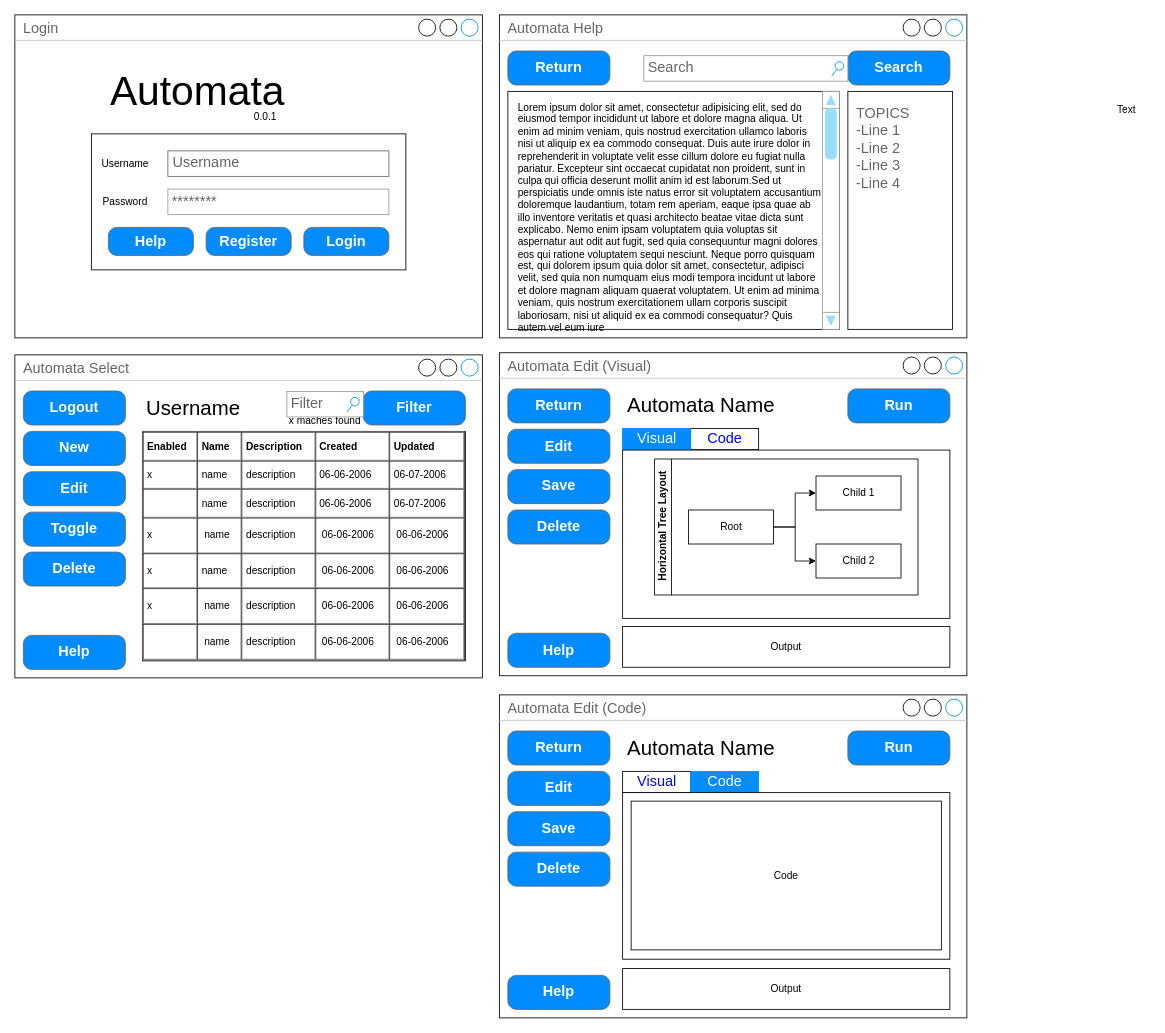
The draw.io diagram AutomataDB/AutomataScreens.drawio in scott246/automata, before the edit. Source tidied: cells renumbered, new cells numbered last; positions are measured from the earlier drawing's top-left corner, leaving out a move shared by most shapes. Both pictures are drawn from the tidied source at 85%, with x=0, y=0 at pixel (14, 14).
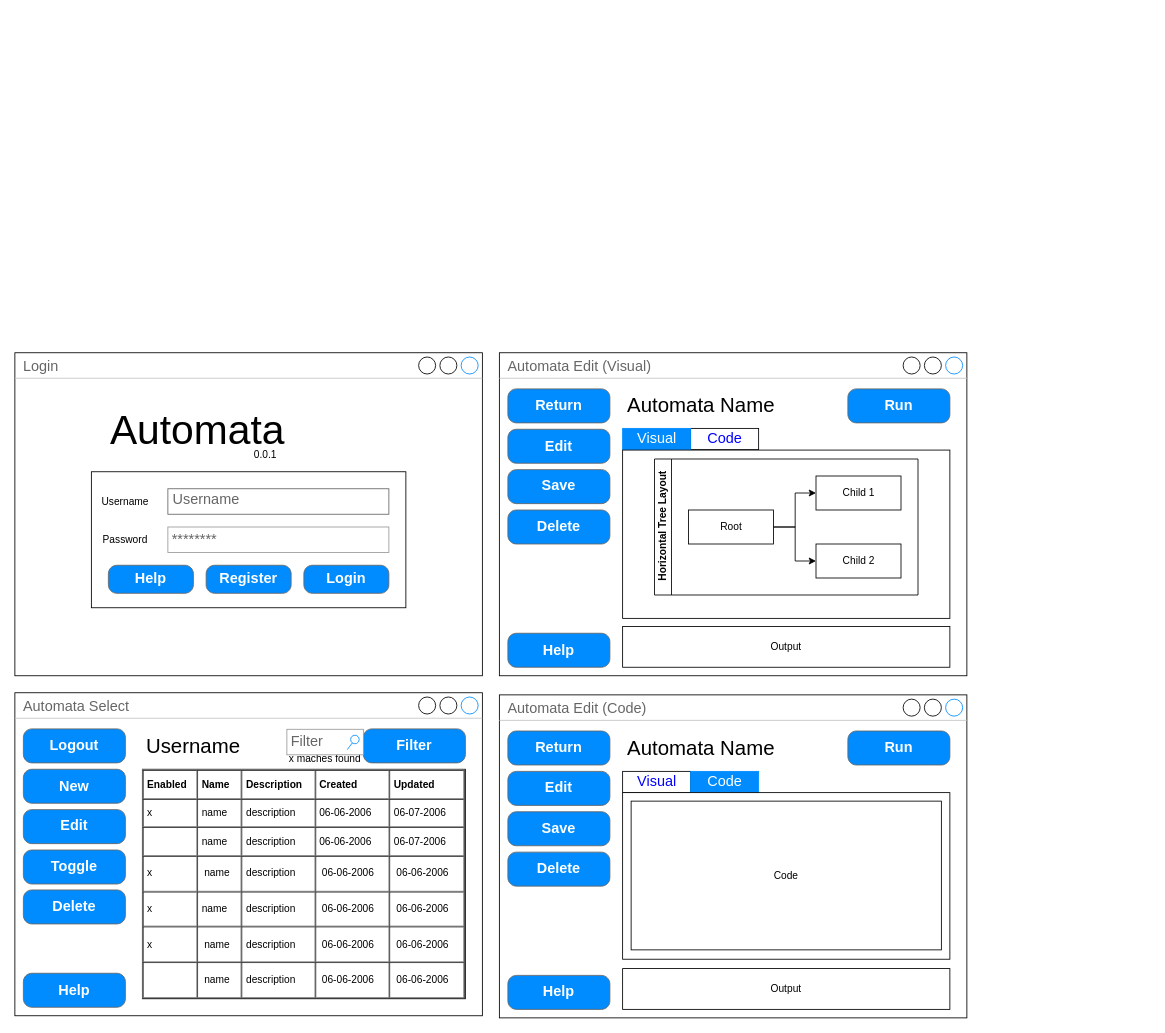
Above is the later version.

The edit, as a diff of the source:
```diff
@@
     <mxCell id="2" value="Login&lt;br&gt;" style="strokeWidth=1;shadow=0;dashed=0;align=center;html=1;shape=mxgraph.mockup.containers.window;align=left;verticalAlign=top;spacingLeft=8;strokeColor2=#008cff;strokeColor3=#c4c4c4;fontColor=#666666;fillColor=#ffffff;mainText=;fontSize=17;labelBackgroundColor=none;" parent="1" vertex="1">
-      <mxGeometry width="550" height="380" as="geometry" />
+      <mxGeometry y="397.5" width="550" height="380" as="geometry" />
     </mxCell>
     <mxCell id="3" style="rounded=0;whiteSpace=wrap;html=1;" parent="1" vertex="1">
-      <mxGeometry x="90" y="140" width="370" height="160" as="geometry" />
+      <mxGeometry x="90" y="537.5" width="370" height="160" as="geometry" />
     </mxCell>
     <mxCell id="4" value="Username" style="strokeWidth=1;shadow=0;dashed=0;align=center;html=1;shape=mxgraph.mockup.text.textBox;fillColor=#ffffff;fontColor=#666666;align=left;fontSize=17;spacingLeft=4;spacingTop=-3;strokeColor=#666666;mainText=;" parent="1" vertex="1">
-      <mxGeometry x="180" y="160" width="260" height="30" as="geometry" />
+      <mxGeometry x="180" y="557.5" width="260" height="30" as="geometry" />
     </mxCell>
     <mxCell id="5" value="Login" style="strokeWidth=1;shadow=0;dashed=0;align=center;html=1;shape=mxgraph.mockup.buttons.button;strokeColor=#666666;fontColor=#ffffff;mainText=;buttonStyle=round;fontSize=17;fontStyle=1;fillColor=#008cff;whiteSpace=wrap;" parent="1" vertex="1">
-      <mxGeometry x="340" y="250" width="100" height="33" as="geometry" />
+      <mxGeometry x="340" y="647.5" width="100" height="33" as="geometry" />
     </mxCell>
     <mxCell id="6" value="Register" style="strokeWidth=1;shadow=0;dashed=0;align=center;html=1;shape=mxgraph.mockup.buttons.button;strokeColor=#666666;fontColor=#ffffff;mainText=;buttonStyle=round;fontSize=17;fontStyle=1;fillColor=#008cff;whiteSpace=wrap;" parent="1" vertex="1">
-      <mxGeometry x="225" y="250" width="100" height="33" as="geometry" />
+      <mxGeometry x="225" y="647.5" width="100" height="33" as="geometry" />
     </mxCell>
     <mxCell id="7" value="Help" style="strokeWidth=1;shadow=0;dashed=0;align=center;html=1;shape=mxgraph.mockup.buttons.button;strokeColor=#666666;fontColor=#ffffff;mainText=;buttonStyle=round;fontSize=17;fontStyle=1;fillColor=#008cff;whiteSpace=wrap;" parent="1" vertex="1">
-      <mxGeometry x="110" y="250" width="100" height="33" as="geometry" />
+      <mxGeometry x="110" y="647.5" width="100" height="33" as="geometry" />
     </mxCell>
     <mxCell id="8" value="0.0.1" style="text;html=1;strokeColor=none;fillColor=none;align=center;verticalAlign=middle;whiteSpace=wrap;rounded=0;" parent="1" vertex="1">
-      <mxGeometry x="275" y="110" width="40" height="20" as="geometry" />
+      <mxGeometry x="275" y="507.5" width="40" height="20" as="geometry" />
     </mxCell>
     <mxCell id="9" value="Password" style="text;html=1;strokeColor=none;fillColor=none;align=center;verticalAlign=middle;whiteSpace=wrap;rounded=0;" parent="1" vertex="1">
-      <mxGeometry x="110" y="210" width="40" height="20" as="geometry" />
+      <mxGeometry x="110" y="607.5" width="40" height="20" as="geometry" />
     </mxCell>
     <mxCell id="10" value="********" style="strokeWidth=1;shadow=0;dashed=0;align=center;html=1;shape=mxgraph.mockup.forms.pwField;strokeColor=#999999;mainText=;align=left;fillColor=#ffffff;fontColor=#666666;fontSize=17;spacingLeft=3;" parent="1" vertex="1">
-      <mxGeometry x="180" y="205" width="260" height="30" as="geometry" />
+      <mxGeometry x="180" y="602.5" width="260" height="30" as="geometry" />
     </mxCell>
     <mxCell id="11" value="Automata" style="text;html=1;strokeColor=none;fillColor=none;align=center;verticalAlign=middle;whiteSpace=wrap;rounded=0;fontSize=48;" parent="1" vertex="1">
-      <mxGeometry x="90" y="60" width="250" height="60" as="geometry" />
+      <mxGeometry x="90" y="457.5" width="250" height="60" as="geometry" />
     </mxCell>
     <mxCell id="12" value="Username" style="text;html=1;strokeColor=none;fillColor=none;align=center;verticalAlign=middle;whiteSpace=wrap;rounded=0;" parent="1" vertex="1">
-      <mxGeometry x="110" y="165" width="40" height="20" as="geometry" />
+      <mxGeometry x="110" y="562.5" width="40" height="20" as="geometry" />
     </mxCell>
     <mxCell id="13" value="Automata Select&lt;br&gt;" style="strokeWidth=1;shadow=0;dashed=0;align=center;html=1;shape=mxgraph.mockup.containers.window;align=left;verticalAlign=top;spacingLeft=8;strokeColor2=#008cff;strokeColor3=#c4c4c4;fontColor=#666666;fillColor=#ffffff;mainText=;fontSize=17;labelBackgroundColor=none;" parent="1" vertex="1">
-      <mxGeometry y="400" width="550" height="380" as="geometry" />
+      <mxGeometry y="797.5" width="550" height="380" as="geometry" />
     </mxCell>
     <mxCell id="14" value="Filter&lt;br&gt;" style="strokeWidth=1;shadow=0;dashed=0;align=center;html=1;shape=mxgraph.mockup.buttons.button;strokeColor=#666666;fontColor=#ffffff;mainText=;buttonStyle=round;fontSize=17;fontStyle=1;fillColor=#008cff;whiteSpace=wrap;" parent="1" vertex="1">
-      <mxGeometry x="410" y="442.5" width="120" height="40" as="geometry" />
+      <mxGeometry x="410" y="840" width="120" height="40" as="geometry" />
     </mxCell>
     <mxCell id="15" value="Help&lt;br&gt;" style="strokeWidth=1;shadow=0;dashed=0;align=center;html=1;shape=mxgraph.mockup.buttons.button;strokeColor=#666666;fontColor=#ffffff;mainText=;buttonStyle=round;fontSize=17;fontStyle=1;fillColor=#008cff;whiteSpace=wrap;" parent="1" vertex="1">
-      <mxGeometry x="10" y="730" width="120" height="40" as="geometry" />
+      <mxGeometry x="10" y="1127.5" width="120" height="40" as="geometry" />
     </mxCell>
     <mxCell id="16" value="&lt;table cellpadding=&quot;4&quot; cellspacing=&quot;0&quot; border=&quot;1&quot; style=&quot;font-size: 1em ; width: 100% ; height: 100%&quot;&gt;&lt;tbody&gt;&lt;tr&gt;&lt;th&gt;Enabled&lt;/th&gt;&lt;th&gt;Name&lt;/th&gt;&lt;td&gt;&lt;b&gt;Description&lt;/b&gt;&lt;/td&gt;&lt;td&gt;&lt;b&gt;Created&lt;/b&gt;&lt;/td&gt;&lt;td&gt;&lt;b&gt;Updated&lt;/b&gt;&lt;/td&gt;&lt;/tr&gt;&lt;tr&gt;&lt;td&gt;x&lt;/td&gt;&lt;td&gt;name&lt;/td&gt;&lt;td&gt;description&lt;/td&gt;&lt;td&gt;06-06-2006&lt;/td&gt;&lt;td&gt;06-07-2006&lt;/td&gt;&lt;/tr&gt;&lt;tr&gt;&lt;td&gt;&lt;br&gt;&lt;/td&gt;&lt;td&gt;name&lt;/td&gt;&lt;td&gt;description&lt;/td&gt;&lt;td&gt;06-06-2006&lt;/td&gt;&lt;td&gt;06-07-2006&lt;/td&gt;&lt;/tr&gt;&lt;tr&gt;&lt;td&gt;x&lt;/td&gt;&lt;td&gt;&lt;table&gt;&lt;tbody&gt;&lt;tr&gt;&lt;td&gt;name&lt;/td&gt;&lt;/tr&gt;&lt;/tbody&gt;&lt;/table&gt;&lt;/td&gt;&lt;td&gt;description&lt;/td&gt;&lt;td&gt;&lt;table&gt;&lt;tbody&gt;&lt;tr&gt;&lt;td&gt;06-06-2006&lt;br&gt;&lt;/td&gt;&lt;/tr&gt;&lt;/tbody&gt;&lt;/table&gt;&lt;/td&gt;&lt;td&gt;&lt;table&gt;&lt;tbody&gt;&lt;tr&gt;&lt;td&gt;06-06-2006&lt;br&gt;&lt;/td&gt;&lt;/tr&gt;&lt;/tbody&gt;&lt;/table&gt;&lt;/td&gt;&lt;/tr&gt;&lt;tr&gt;&lt;td&gt;x&lt;/td&gt;&lt;td&gt;name&lt;/td&gt;&lt;td&gt;description&lt;/td&gt;&lt;td&gt;&lt;table&gt;&lt;tbody&gt;&lt;tr&gt;&lt;td&gt;06-06-2006&lt;br&gt;&lt;/td&gt;&lt;/tr&gt;&lt;/tbody&gt;&lt;/table&gt;&lt;/td&gt;&lt;td&gt;&lt;table&gt;&lt;tbody&gt;&lt;tr&gt;&lt;td&gt;06-06-2006&lt;br&gt;&lt;/td&gt;&lt;/tr&gt;&lt;/tbody&gt;&lt;/table&gt;&lt;/td&gt;&lt;/tr&gt;&lt;tr&gt;&lt;td&gt;x&lt;/td&gt;&lt;td&gt;&lt;table&gt;&lt;tbody&gt;&lt;tr&gt;&lt;td&gt;name&lt;/td&gt;&lt;/tr&gt;&lt;/tbody&gt;&lt;/table&gt;&lt;/td&gt;&lt;td&gt;description&lt;br&gt;&lt;/td&gt;&lt;td&gt;&lt;table&gt;&lt;tbody&gt;&lt;tr&gt;&lt;td&gt;06-06-2006&lt;br&gt;&lt;/td&gt;&lt;/tr&gt;&lt;/tbody&gt;&lt;/table&gt;&lt;/td&gt;&lt;td&gt;&lt;table&gt;&lt;tbody&gt;&lt;tr&gt;&lt;td&gt;06-06-2006&lt;br&gt;&lt;/td&gt;&lt;/tr&gt;&lt;/tbody&gt;&lt;/table&gt;&lt;/td&gt;&lt;/tr&gt;&lt;tr&gt;&lt;td&gt;&lt;br&gt;&lt;/td&gt;&lt;td&gt;&lt;table&gt;&lt;tbody&gt;&lt;tr&gt;&lt;td&gt;name&lt;/td&gt;&lt;/tr&gt;&lt;/tbody&gt;&lt;/table&gt;&lt;/td&gt;&lt;td&gt;description&lt;br&gt;&lt;/td&gt;&lt;td&gt;&lt;table&gt;&lt;tbody&gt;&lt;tr&gt;&lt;td&gt;06-06-2006&lt;br&gt;&lt;/td&gt;&lt;/tr&gt;&lt;/tbody&gt;&lt;/table&gt;&lt;/td&gt;&lt;td&gt;&lt;table&gt;&lt;tbody&gt;&lt;tr&gt;&lt;td&gt;06-06-2006&lt;br&gt;&lt;/td&gt;&lt;/tr&gt;&lt;/tbody&gt;&lt;/table&gt;&lt;/td&gt;&lt;/tr&gt;&lt;/tbody&gt;&lt;/table&gt; " style="verticalAlign=top;align=left;overflow=fill;fillColor=#ffffff;fontSize=12;fontFamily=Helvetica;html=1;shadow=0;labelBackgroundColor=none;" parent="1" vertex="1">
-      <mxGeometry x="150" y="490" width="380" height="270" as="geometry" />
+      <mxGeometry x="150" y="887.5" width="380" height="270" as="geometry" />
     </mxCell>
     <mxCell id="17" value="New&lt;br&gt;" style="strokeWidth=1;shadow=0;dashed=0;align=center;html=1;shape=mxgraph.mockup.buttons.button;strokeColor=#666666;fontColor=#ffffff;mainText=;buttonStyle=round;fontSize=17;fontStyle=1;fillColor=#008cff;whiteSpace=wrap;" parent="1" vertex="1">
-      <mxGeometry x="10" y="490" width="120" height="40" as="geometry" />
+      <mxGeometry x="10" y="887.5" width="120" height="40" as="geometry" />
     </mxCell>
     <mxCell id="18" value="Edit&lt;br&gt;" style="strokeWidth=1;shadow=0;dashed=0;align=center;html=1;shape=mxgraph.mockup.buttons.button;strokeColor=#666666;fontColor=#ffffff;mainText=;buttonStyle=round;fontSize=17;fontStyle=1;fillColor=#008cff;whiteSpace=wrap;" parent="1" vertex="1">
-      <mxGeometry x="10" y="537.5" width="120" height="40" as="geometry" />
+      <mxGeometry x="10" y="935" width="120" height="40" as="geometry" />
     </mxCell>
     <mxCell id="19" value="Toggle&lt;br&gt;" style="strokeWidth=1;shadow=0;dashed=0;align=center;html=1;shape=mxgraph.mockup.buttons.button;strokeColor=#666666;fontColor=#ffffff;mainText=;buttonStyle=round;fontSize=17;fontStyle=1;fillColor=#008cff;whiteSpace=wrap;" parent="1" vertex="1">
-      <mxGeometry x="10" y="585" width="120" height="40" as="geometry" />
+      <mxGeometry x="10" y="982.5" width="120" height="40" as="geometry" />
     </mxCell>
     <mxCell id="20" value="Delete&lt;br&gt;" style="strokeWidth=1;shadow=0;dashed=0;align=center;html=1;shape=mxgraph.mockup.buttons.button;strokeColor=#666666;fontColor=#ffffff;mainText=;buttonStyle=round;fontSize=17;fontStyle=1;fillColor=#008cff;whiteSpace=wrap;" parent="1" vertex="1">
-      <mxGeometry x="10" y="632" width="120" height="40" as="geometry" />
+      <mxGeometry x="10" y="1029.5" width="120" height="40" as="geometry" />
     </mxCell>
@@
     <mxCell id="29" value="Username" style="text;html=1;strokeColor=none;fillColor=none;align=center;verticalAlign=middle;whiteSpace=wrap;rounded=0;fontSize=24;" parent="1" vertex="1">
-      <mxGeometry x="150" y="443" width="120" height="40" as="geometry" />
+      <mxGeometry x="150" y="840.5" width="120" height="40" as="geometry" />
     </mxCell>
     <mxCell id="30" value="Logout&lt;br&gt;" style="strokeWidth=1;shadow=0;dashed=0;align=center;html=1;shape=mxgraph.mockup.buttons.button;strokeColor=#666666;fontColor=#ffffff;mainText=;buttonStyle=round;fontSize=17;fontStyle=1;fillColor=#008cff;whiteSpace=wrap;" parent="1" vertex="1">
-      <mxGeometry x="10" y="442.5" width="120" height="40" as="geometry" />
+      <mxGeometry x="10" y="840" width="120" height="40" as="geometry" />
     </mxCell>
     <mxCell id="31" value="x maches found" style="text;html=1;strokeColor=none;fillColor=none;align=center;verticalAlign=middle;whiteSpace=wrap;rounded=0;" parent="1" vertex="1">
-      <mxGeometry x="320" y="468" width="90" height="20" as="geometry" />
+      <mxGeometry x="320" y="865.5" width="90" height="20" as="geometry" />
     </mxCell>
@@
     <mxCell id="34" value="Filter" style="strokeWidth=1;shadow=0;dashed=0;align=center;html=1;shape=mxgraph.mockup.forms.searchBox;strokeColor=#999999;mainText=;fillColor=#ffffff;strokeColor2=#008cff;fontColor=#666666;fontSize=17;align=left;spacingLeft=3;labelBackgroundColor=none;" parent="1" vertex="1">
-      <mxGeometry x="320" y="443" width="90" height="30" as="geometry" />
+      <mxGeometry x="320" y="840.5" width="90" height="30" as="geometry" />
     </mxCell>
@@
-    <mxCell id="56" value="Automata Help&lt;br&gt;" style="strokeWidth=1;shadow=0;dashed=0;align=center;html=1;shape=mxgraph.mockup.containers.window;align=left;verticalAlign=top;spacingLeft=8;strokeColor2=#008cff;strokeColor3=#c4c4c4;fontColor=#666666;fillColor=#ffffff;mainText=;fontSize=17;labelBackgroundColor=none;" parent="1" vertex="1">
-      <mxGeometry x="570" width="550" height="380" as="geometry" />
-    </mxCell>
-    <mxCell id="57" value="Search&lt;br&gt;" style="strokeWidth=1;shadow=0;dashed=0;align=center;html=1;shape=mxgraph.mockup.buttons.button;strokeColor=#666666;fontColor=#ffffff;mainText=;buttonStyle=round;fontSize=17;fontStyle=1;fillColor=#008cff;whiteSpace=wrap;" parent="1" vertex="1">
-      <mxGeometry x="980" y="42.5" width="120" height="40" as="geometry" />
-    </mxCell>
-    <mxCell id="58" value="Return&lt;br&gt;" style="strokeWidth=1;shadow=0;dashed=0;align=center;html=1;shape=mxgraph.mockup.buttons.button;strokeColor=#666666;fontColor=#ffffff;mainText=;buttonStyle=round;fontSize=17;fontStyle=1;fillColor=#008cff;whiteSpace=wrap;" parent="1" vertex="1">
-      <mxGeometry x="580" y="42.5" width="120" height="40" as="geometry" />
-    </mxCell>
-    <mxCell id="59" value="Search" style="strokeWidth=1;shadow=0;dashed=0;align=center;html=1;shape=mxgraph.mockup.forms.searchBox;strokeColor=#999999;mainText=;fillColor=#ffffff;strokeColor2=#008cff;fontColor=#666666;fontSize=17;align=left;spacingLeft=3;labelBackgroundColor=none;" parent="1" vertex="1">
-      <mxGeometry x="740" y="48" width="240" height="30" as="geometry" />
-    </mxCell>
-    <mxCell id="60" style="rounded=0;whiteSpace=wrap;html=1;shadow=0;labelBackgroundColor=none;fillColor=#ffffff;gradientColor=none;fontSize=12;" parent="1" vertex="1">
-      <mxGeometry x="580" y="90" width="390" height="280" as="geometry" />
-    </mxCell>
-    <mxCell id="61" style="rounded=0;whiteSpace=wrap;html=1;shadow=0;labelBackgroundColor=none;fillColor=#ffffff;gradientColor=none;fontSize=12;" parent="1" vertex="1">
-      <mxGeometry x="980" y="90" width="123" height="280" as="geometry" />
-    </mxCell>
-    <mxCell id="62" value="TOPICS&lt;br&gt;-Line 1&lt;br&gt;-Line 2&lt;br&gt;-Line 3&lt;br&gt;-Line 4" style="strokeWidth=1;shadow=0;dashed=0;align=center;html=1;shape=mxgraph.mockup.text.bulletedList;textColor=#666666;mainText=,,,,;textSize=17;bulletStyle=none;strokeColor=none;fillColor=none;align=left;verticalAlign=top;fontSize=17;fontColor=#666666;labelBackgroundColor=none;" parent="1" vertex="1">
-      <mxGeometry x="988" y="100" width="102" height="260" as="geometry" />
-    </mxCell>
-    <mxCell id="63" value="Lorem ipsum dolor sit amet, consectetur adipisicing elit, sed do eiusmod tempor incididunt ut labore et dolore magna aliqua. Ut enim ad minim veniam, quis nostrud exercitation ullamco laboris nisi ut aliquip ex ea commodo consequat. Duis aute irure dolor in reprehenderit in voluptate velit esse cillum dolore eu fugiat nulla pariatur. Excepteur sint occaecat cupidatat non proident, sunt in culpa qui officia deserunt mollit anim id est laborum.Sed ut perspiciatis unde omnis iste natus error sit voluptatem accusantium doloremque laudantium, totam rem aperiam, eaque ipsa quae ab illo inventore veritatis et quasi architecto beatae vitae dicta sunt explicabo. Nemo enim ipsam voluptatem quia voluptas sit aspernatur aut odit aut fugit, sed quia consequuntur magni dolores eos qui ratione voluptatem sequi nesciunt. Neque porro quisquam est, qui dolorem ipsum quia dolor sit amet, consectetur, adipisci velit, sed quia non numquam eius modi tempora incidunt ut labore et dolore magnam aliquam quaerat voluptatem. Ut enim ad minima veniam, quis nostrum exercitationem ullam corporis suscipit laboriosam, nisi ut aliquid ex ea commodi consequatur? Quis autem vel eum iure " style="text;spacingTop=-5;fillColor=#ffffff;align=left;fontSize=12;fontFamily=Helvetica;fillColor=none;strokeColor=none;shadow=0;labelBackgroundColor=none;whiteSpace=wrap;horizontal=1;" parent="1" vertex="1">
-      <mxGeometry x="590" y="100" width="360" height="260" as="geometry" />
-    </mxCell>
-    <mxCell id="64" style="verticalLabelPosition=bottom;shadow=0;dashed=0;align=center;html=1;verticalAlign=top;strokeWidth=1;shape=mxgraph.mockup.navigation.scrollBar;fillColor=#ffffff;strokeColor=#999999;barPos=100;fillColor2=#99ddff;strokeColor2=none;direction=north;labelBackgroundColor=none;fontSize=12;" parent="1" vertex="1">
-      <mxGeometry x="950" y="90" width="20" height="280" as="geometry" />
-    </mxCell>
-    <mxCell id="65" value="Text" style="text;html=1;align=left;verticalAlign=top;spacingTop=-4;fontSize=12;" parent="1" vertex="1">
-      <mxGeometry x="1295" y="102" width="40" height="20" as="geometry" />
-    </mxCell>
```
